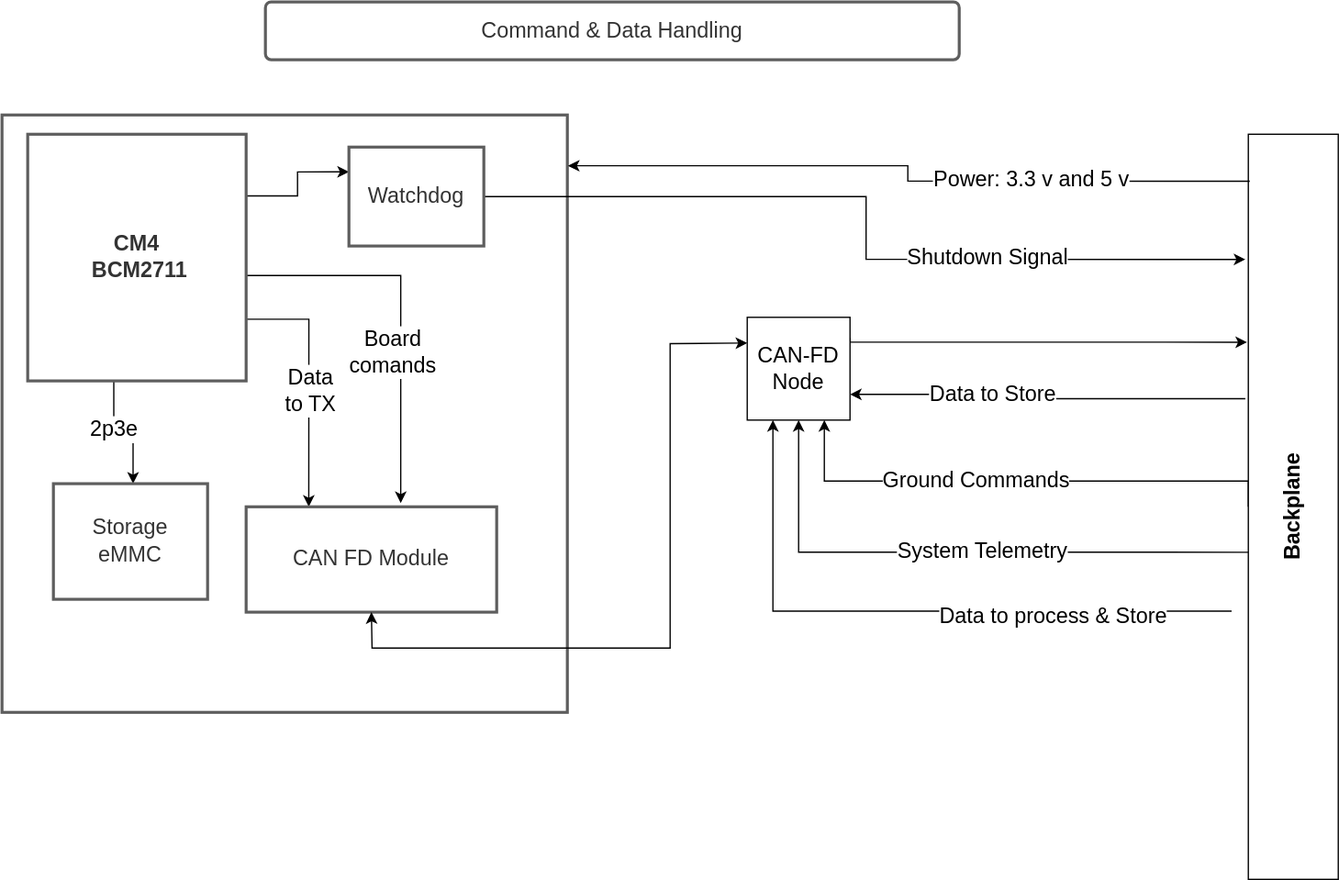
Above: CD&H/C&DH.drawio.svg in coloradocube/balloonsat-bus (draw.io), before the change. Source tidied: cells renumbered, new cells last; positions are measured from the earlier drawing's top-left corner, leaving out a move shared by most shapes.
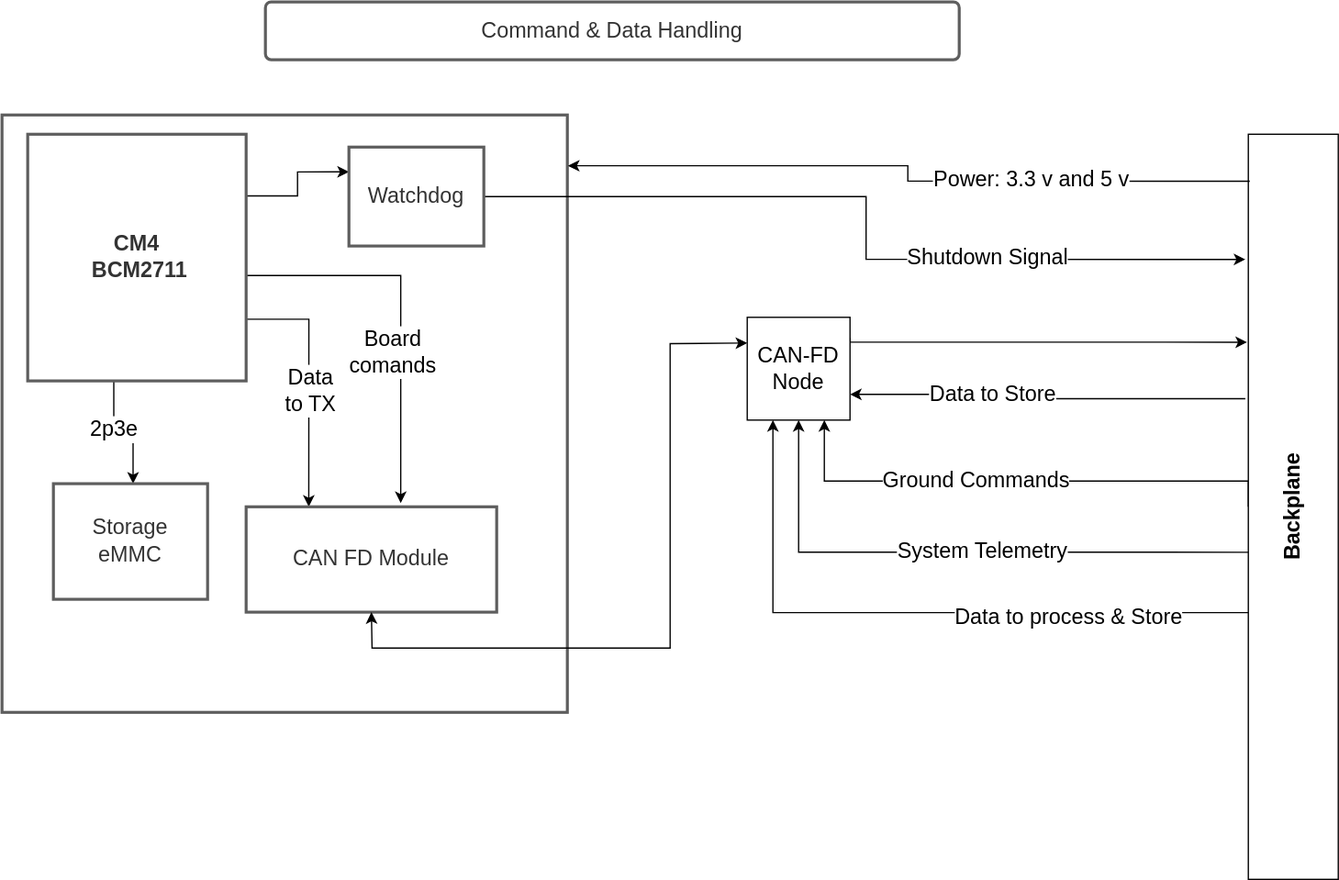
After the commit.

The edit, as a diff of the source:
```diff
@@ -67,7 +67,7 @@
     <mxCell id="17" value="System Telemetry" style="edgeLabel;html=1;align=center;verticalAlign=middle;fontSize=16.71;" parent="16" vertex="1">
       <mxGeometry x="-0.07" y="-1" relative="1" as="geometry" />
     </mxCell>
-    <mxCell id="18" style="edgeStyle=orthogonalEdgeStyle;rounded=0;jettySize=auto;html=1;exitX=-0.186;exitY=0.64;exitDx=0;exitDy=0;entryX=0.25;entryY=1;entryDx=0;entryDy=0;fontSize=16.71;exitPerimeter=0;" parent="1" edge="1" source="20" target="27">
+    <mxCell id="18" style="edgeStyle=orthogonalEdgeStyle;rounded=0;jettySize=auto;html=1;exitX=0.062;exitY=0.642;exitDx=0;exitDy=0;entryX=0.25;entryY=1;entryDx=0;entryDy=0;fontSize=16.71;exitPerimeter=0;" parent="1" edge="1" source="20" target="27">
       <mxGeometry relative="1" as="geometry" />
     </mxCell>
     <mxCell id="19" value="Data to process &amp;amp; Store" style="edgeLabel;html=1;align=center;verticalAlign=middle;fontSize=16.71;" parent="18" vertex="1">
```
